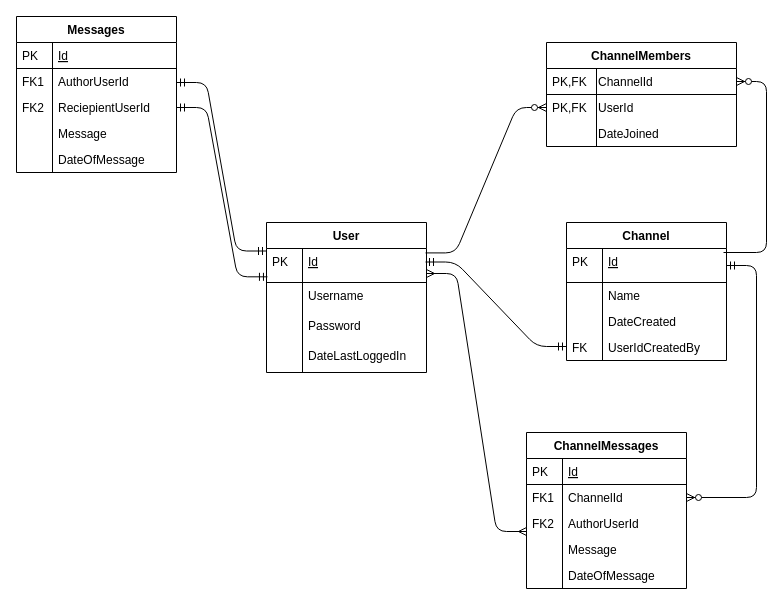
Above: 115365 - System Inputs and Outputs/Exercises/Exercise 3 - Database Model/DatabaseModel.drawio in Sahil-Chillisoft/LearnershipSecondBlock (draw.io), before the change. Source tidied: cells renumbered, new cells numbered last; positions are measured from the earlier drawing's top-left corner, leaving out a move shared by most shapes. Both pictures are drawn from the tidied source at 100%, with x=0, y=0 at pixel (16, 16).
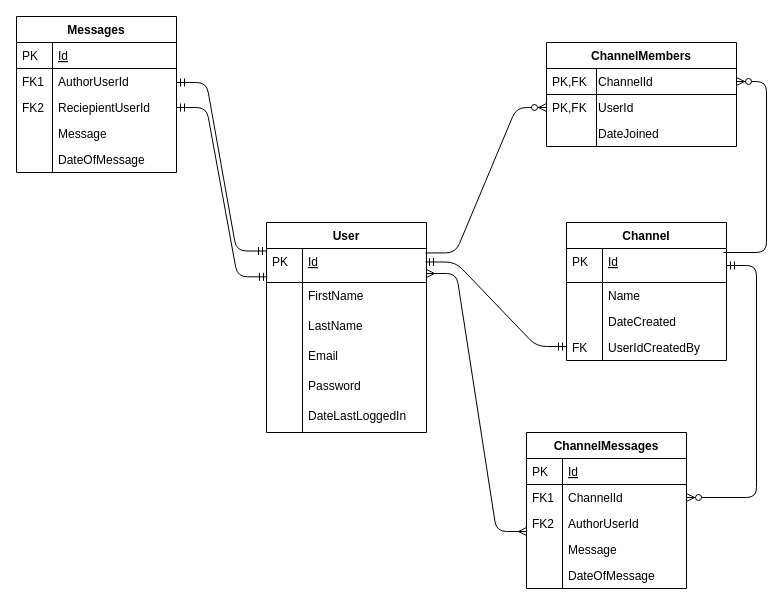
After the change.

Diff of the diagram source:
```diff
@@
     <mxCell id="4" value="User" style="swimlane;fontStyle=1;horizontal=1;startSize=26;rounded=0;shadow=0;strokeWidth=1;" parent="1" vertex="1">
-      <mxGeometry x="250" y="206" width="160" height="150" as="geometry" />
+      <mxGeometry x="250" y="206" width="160" height="210" as="geometry" />
     </mxCell>
@@
-    <mxCell id="7" value="Username" style="shape=partialRectangle;top=0;left=0;right=0;bottom=0;align=left;verticalAlign=top;fillColor=none;spacingLeft=40;spacingRight=4;overflow=hidden;rounded=0;shadow=0;strokeWidth=1;" parent="4" vertex="1">
+    <mxCell id="7" value="FirstName" style="shape=partialRectangle;top=0;left=0;right=0;bottom=0;align=left;verticalAlign=top;fillColor=none;spacingLeft=40;spacingRight=4;overflow=hidden;rounded=0;shadow=0;strokeWidth=1;" parent="4" vertex="1">
       <mxGeometry y="60" width="160" height="30" as="geometry" />
     </mxCell>
@@
-    <mxCell id="9" value="Password" style="shape=partialRectangle;top=0;left=0;right=0;bottom=0;align=left;verticalAlign=top;fillColor=none;spacingLeft=40;spacingRight=4;overflow=hidden;rounded=0;shadow=0;strokeWidth=1;" parent="4" vertex="1">
+    <mxCell id="9" value="LastName" style="shape=partialRectangle;top=0;left=0;right=0;bottom=0;align=left;verticalAlign=top;fillColor=none;spacingLeft=40;spacingRight=4;overflow=hidden;rounded=0;shadow=0;strokeWidth=1;" parent="4" vertex="1">
       <mxGeometry y="90" width="160" height="30" as="geometry" />
     </mxCell>
@@
-    <mxCell id="11" value="DateLastLoggedIn" style="shape=partialRectangle;top=0;left=0;right=0;bottom=0;align=left;verticalAlign=top;fillColor=none;spacingLeft=40;spacingRight=4;overflow=hidden;rounded=0;shadow=0;strokeWidth=1;" parent="4" vertex="1">
+    <mxCell id="11" value="Email" style="shape=partialRectangle;top=0;left=0;right=0;bottom=0;align=left;verticalAlign=top;fillColor=none;spacingLeft=40;spacingRight=4;overflow=hidden;rounded=0;shadow=0;strokeWidth=1;" parent="4" vertex="1">
       <mxGeometry y="120" width="160" height="30" as="geometry" />
     </mxCell>
@@
+    <mxCell id="56" value="Password" style="shape=partialRectangle;top=0;left=0;right=0;bottom=0;align=left;verticalAlign=top;fillColor=none;spacingLeft=40;spacingRight=4;overflow=hidden;rounded=0;shadow=0;strokeWidth=1;" parent="4" vertex="1">
+      <mxGeometry y="150" width="160" height="30" as="geometry" />
+    </mxCell>
+    <mxCell id="57" style="shape=partialRectangle;top=0;left=0;bottom=0;fillColor=none;align=left;verticalAlign=top;spacingLeft=4;spacingRight=4;overflow=hidden;" parent="56" vertex="1">
+      <mxGeometry width="36" height="30" as="geometry" />
+    </mxCell>
+    <mxCell id="58" value="DateLastLoggedIn" style="shape=partialRectangle;top=0;left=0;right=0;bottom=0;align=left;verticalAlign=top;fillColor=none;spacingLeft=40;spacingRight=4;overflow=hidden;rounded=0;shadow=0;strokeWidth=1;" parent="4" vertex="1">
+      <mxGeometry y="180" width="160" height="30" as="geometry" />
+    </mxCell>
+    <mxCell id="59" style="shape=partialRectangle;top=0;left=0;bottom=0;fillColor=none;align=left;verticalAlign=top;spacingLeft=4;spacingRight=4;overflow=hidden;" parent="58" vertex="1">
+      <mxGeometry width="36" height="30" as="geometry" />
+    </mxCell>
```
